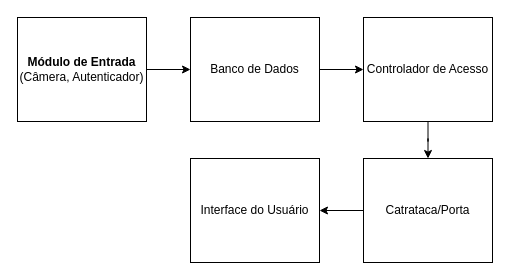
teaching-FEEC/ea075-2024.1 keeps this draw.io diagram as projetos/sistema-controle-de-acesso/images/Diagrama_acesso.drawio. Above is the earlier version. Source tidied: cells renumbered, new cells numbered last; positions are measured from the earlier drawing's top-left corner, leaving out a move shared by most shapes. Both pictures are drawn from the tidied source at 100%, with x=0, y=0 at pixel (17, 17).
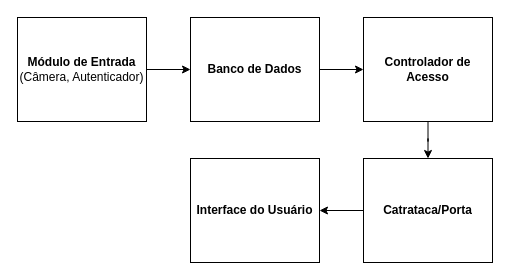
The same page after the edit.

Change to the diagram source:
```diff
@@
 <mxGraphModel>
   <root>
     <mxCell id="0" />
     <mxCell id="1" parent="0" />
     <mxCell id="2" style="edgeStyle=orthogonalEdgeStyle;rounded=0;jettySize=auto;html=1;" parent="1" edge="1" source="3" target="7">
       <mxGeometry relative="1" as="geometry" />
     </mxCell>
-    <mxCell id="3" value="&lt;div&gt;Banco de Dados&lt;/div&gt;" style="rounded=0;whiteSpace=wrap;html=1;" parent="1" vertex="1">
+    <mxCell id="3" value="&lt;div&gt;&lt;b&gt;Banco de Dados&lt;/b&gt;&lt;/div&gt;" style="rounded=0;whiteSpace=wrap;html=1;" parent="1" vertex="1">
       <mxGeometry x="173" width="129" height="104" as="geometry" />
     </mxCell>
     <mxCell id="4" style="edgeStyle=orthogonalEdgeStyle;rounded=0;jettySize=auto;html=1;" parent="1" edge="1" source="5" target="3">
       <mxGeometry relative="1" as="geometry" />
     </mxCell>
     <mxCell id="5" value="&lt;div&gt;&lt;b&gt;Módulo de Entrada&lt;br&gt;&lt;/b&gt;&lt;/div&gt;&lt;div&gt;(Câmera, Autenticador)&lt;/div&gt;" style="rounded=0;whiteSpace=wrap;html=1;" parent="1" vertex="1">
       <mxGeometry width="129" height="104" as="geometry" />
     </mxCell>
     <mxCell id="6" style="edgeStyle=orthogonalEdgeStyle;rounded=0;jettySize=auto;html=1;" parent="1" edge="1" source="7" target="9">
       <mxGeometry relative="1" as="geometry" />
     </mxCell>
-    <mxCell id="7" value="&lt;div&gt;Controlador de Acesso&lt;/div&gt;" style="rounded=0;whiteSpace=wrap;html=1;" parent="1" vertex="1">
+    <mxCell id="7" value="&lt;div&gt;&lt;b&gt;Controlador de Acesso&lt;/b&gt;&lt;/div&gt;" style="rounded=0;whiteSpace=wrap;html=1;" parent="1" vertex="1">
       <mxGeometry x="346" width="129" height="104" as="geometry" />
     </mxCell>
     <mxCell id="8" style="edgeStyle=orthogonalEdgeStyle;rounded=0;jettySize=auto;html=1;" parent="1" edge="1" source="9" target="10">
       <mxGeometry relative="1" as="geometry" />
     </mxCell>
-    <mxCell id="9" value="&lt;div&gt;Catrataca/Porta&lt;/div&gt;" style="rounded=0;whiteSpace=wrap;html=1;" parent="1" vertex="1">
+    <mxCell id="9" value="&lt;div&gt;&lt;b&gt;Catrataca/Porta&lt;/b&gt;&lt;/div&gt;" style="rounded=0;whiteSpace=wrap;html=1;" parent="1" vertex="1">
       <mxGeometry x="346" y="141" width="129" height="104" as="geometry" />
     </mxCell>
-    <mxCell id="10" value="&lt;div&gt;Interface do Usuário&lt;/div&gt;" style="rounded=0;whiteSpace=wrap;html=1;" parent="1" vertex="1">
+    <mxCell id="10" value="&lt;div&gt;&lt;b&gt;Interface do Usuário&lt;/b&gt;&lt;/div&gt;" style="rounded=0;whiteSpace=wrap;html=1;" parent="1" vertex="1">
       <mxGeometry x="173" y="141" width="129" height="104" as="geometry" />
     </mxCell>
   </root>
 </mxGraphModel>
```
